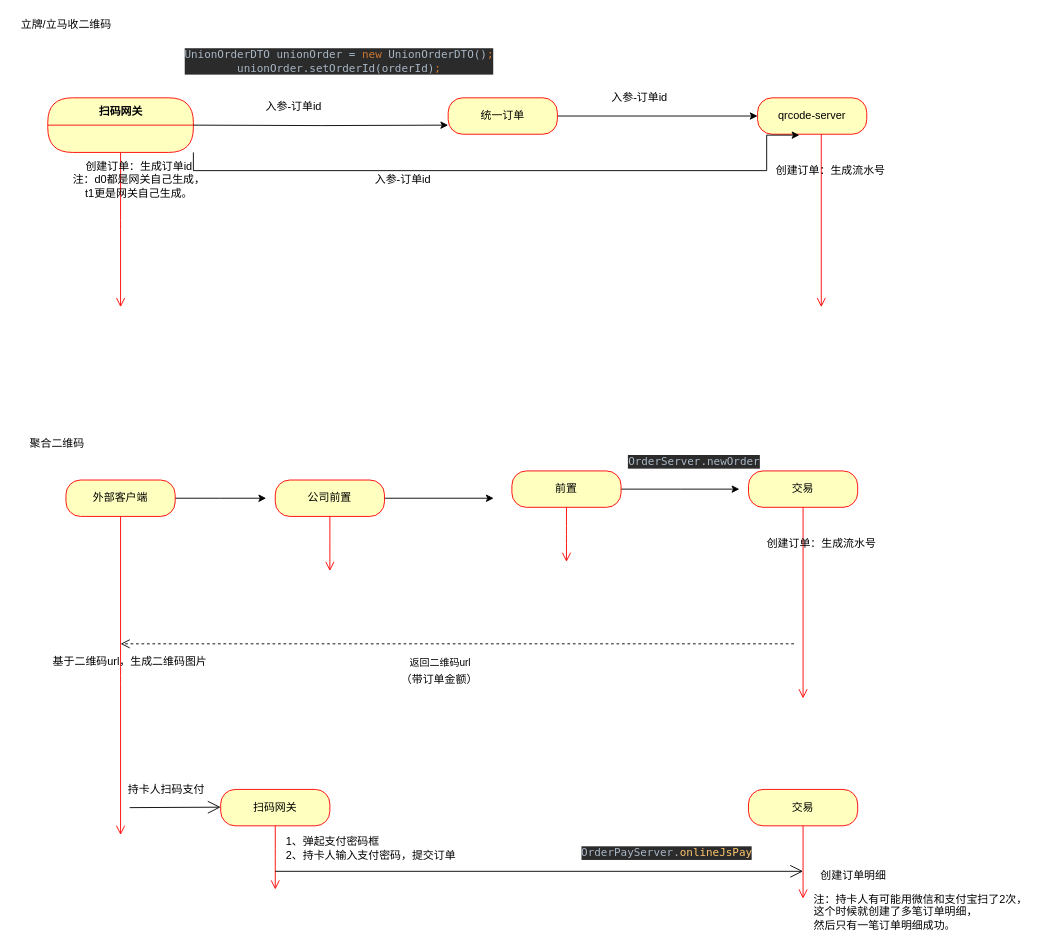
The draw.io diagram 聚合二维码-流程图.drawio in diedai/activiti-explorer, before the edit. Source tidied: cells renumbered, new cells numbered last; positions are measured from the earlier drawing's top-left corner, leaving out a move shared by most shapes. Both pictures are drawn from the tidied source at 91%, with x=0, y=0 at pixel (15, 15).
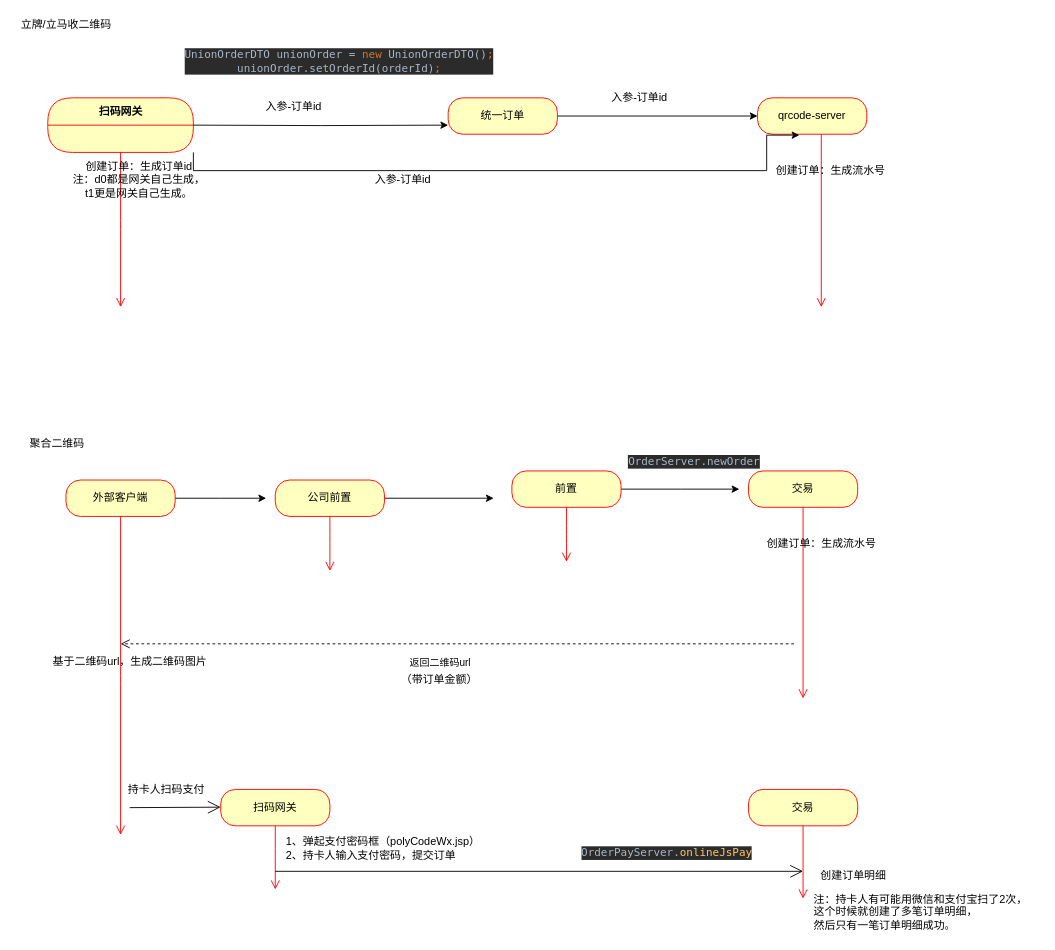
The same diagram, later.

Commit message:
Update 聚合二维码-流程图.drawio

What changed in the source:
```diff
@@
-    <mxCell id="40" value="1、弹起支付密码框&lt;br&gt;2、持卡人输入支付密码，提交订单" style="text;html=1;align=left;verticalAlign=middle;strokeColor=none;" parent="1" vertex="1">
-      <mxGeometry x="295" y="900" width="200" height="30" as="geometry" />
+    <mxCell id="40" value="1、弹起支付密码框（polyCodeWx.jsp）&lt;br&gt;2、持卡人输入支付密码，提交订单" style="text;html=1;align=left;verticalAlign=middle;strokeColor=none;" parent="1" vertex="1">
+      <mxGeometry x="295" y="900" width="230" height="30" as="geometry" />
     </mxCell>
```
